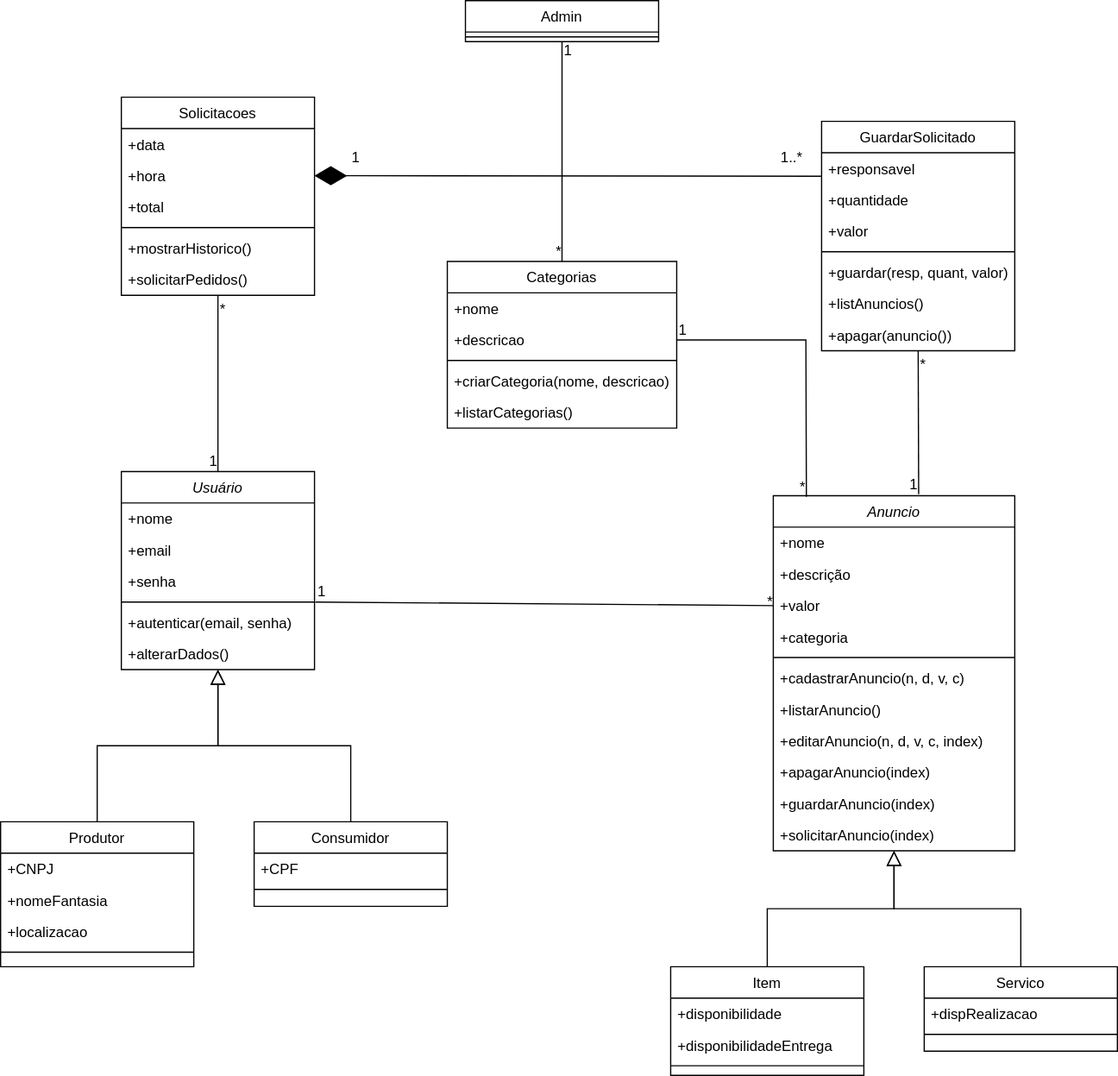
Above: Diagramas/Classes.drawio.svg in yanturck/carshopservices (draw.io), before the change. Source tidied: cells renumbered, new cells last; positions are measured from the earlier drawing's top-left corner, leaving out a move shared by most shapes.
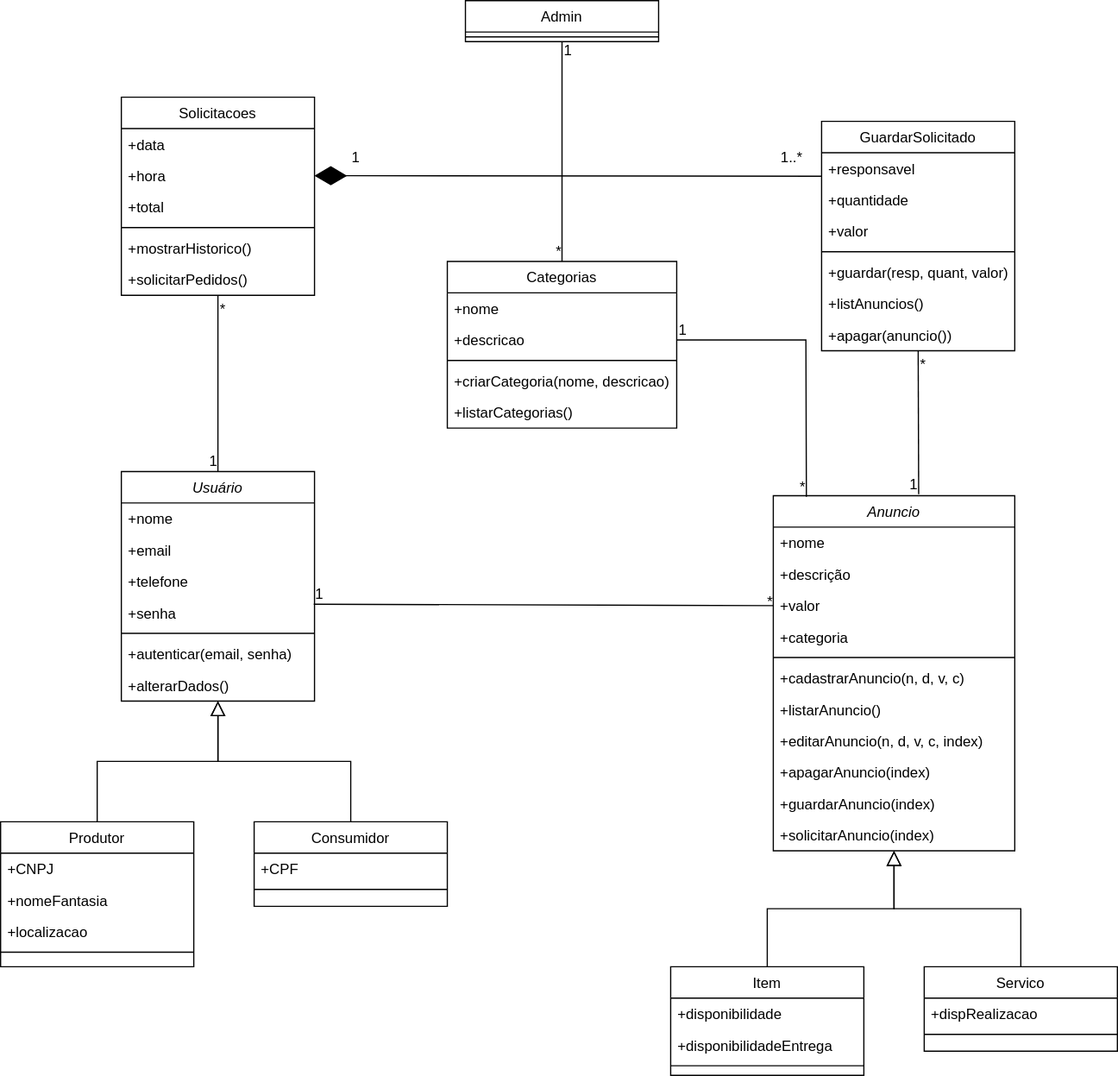
The same diagram one commit later.

Commit message:
Add do Diagrama de Casos de Uso e pequenas melhorias nos demais

The edit, as a diff of the source:
```diff
@@ -3,7 +3,7 @@
     <mxCell id="0" />
     <mxCell id="1" parent="0" />
     <mxCell id="2" value="Usuário" style="swimlane;fontStyle=2;align=center;verticalAlign=top;horizontal=1;startSize=26;rounded=0;shadow=0;strokeWidth=1;" parent="1" vertex="1">
-      <mxGeometry x="100" y="390" width="160" height="164" as="geometry" />
+      <mxGeometry x="100" y="390" width="160" height="190" as="geometry" />
     </mxCell>
     <mxCell id="3" value="+nome" style="text;align=left;verticalAlign=top;spacingLeft=4;spacingRight=4;overflow=hidden;" parent="2" vertex="1">
       <mxGeometry y="26" width="160" height="26" as="geometry" />
@@ -11,15 +11,21 @@
     <mxCell id="4" value="+email" style="text;align=left;verticalAlign=top;spacingLeft=4;spacingRight=4;overflow=hidden;" parent="2" vertex="1">
       <mxGeometry y="52" width="160" height="26" as="geometry" />
     </mxCell>
+    <mxCell id="81" value="+telefone" style="text;align=left;verticalAlign=top;spacingLeft=4;spacingRight=4;overflow=hidden;" parent="2" vertex="1">
+      <mxGeometry y="78" width="160" height="26" as="geometry" />
+    </mxCell>
     <mxCell id="5" value="+senha" style="text;align=left;verticalAlign=top;spacingLeft=4;spacingRight=4;overflow=hidden;points=[[0,0.5],[1,0.5]];portConstraint=eastwest;" parent="2" vertex="1">
-      <mxGeometry y="78" width="160" height="26" as="geometry" />
+      <mxGeometry y="104" width="160" height="26" as="geometry" />
     </mxCell>
     <mxCell id="6" style="line;html=1;strokeWidth=1;align=left;verticalAlign=middle;spacingTop=-1;spacingLeft=3;spacingRight=3;labelPosition=right;" parent="2" vertex="1">
-      <mxGeometry y="104" width="160" height="8" as="geometry" />
+      <mxGeometry y="130" width="160" height="8" as="geometry" />
     </mxCell>
     <mxCell id="7" value="+autenticar(email, senha)" style="text;align=left;verticalAlign=top;spacingLeft=4;spacingRight=4;overflow=hidden;points=[[0,0.5],[1,0.5]];portConstraint=eastwest;rounded=0;shadow=0;html=0;" parent="2" vertex="1">
-      <mxGeometry y="112" width="160" height="26" as="geometry" />
+      <mxGeometry y="138" width="160" height="26" as="geometry" />
     </mxCell>
+    <mxCell id="74" value="+alterarDados()" style="text;align=left;verticalAlign=top;spacingLeft=4;spacingRight=4;overflow=hidden;rounded=0;shadow=0;html=0;" parent="2" vertex="1">
+      <mxGeometry y="164" width="160" height="26" as="geometry" />
+    </mxCell>
     <mxCell id="8" value="Produtor" style="swimlane;fontStyle=0;align=center;verticalAlign=top;horizontal=1;startSize=26;rounded=0;shadow=0;strokeWidth=1;" parent="1" vertex="1">
       <mxGeometry y="680" width="160" height="120" as="geometry" />
     </mxCell>
@@ -193,7 +199,7 @@
     <mxCell id="62" value="1" style="html=1;align=right;verticalAlign=bottom;" parent="60" vertex="1">
       <mxGeometry x="1" relative="1" as="geometry" />
     </mxCell>
-    <mxCell id="63" style="endArrow=none;html=1;rounded=0;exitX=1.004;exitY=-0.153;exitDx=0;exitDy=0;exitPerimeter=0;entryX=0;entryY=0.5;entryDx=0;entryDy=0;" parent="1" edge="1" source="7" target="21">
+    <mxCell id="63" style="endArrow=none;html=1;rounded=0;exitX=0.996;exitY=0.224;exitDx=0;exitDy=0;entryX=0;entryY=0.5;entryDx=0;entryDy=0;exitPerimeter=0;" parent="1" edge="1" source="5" target="21">
       <mxGeometry relative="1" as="geometry" />
     </mxCell>
     <mxCell id="64" value="1" style="html=1;align=left;verticalAlign=bottom;" parent="63" vertex="1">
@@ -228,9 +234,6 @@
     <mxCell id="73" value="+listarCategorias()" style="text;align=left;verticalAlign=top;spacingLeft=4;spacingRight=4;overflow=hidden;rounded=0;shadow=0;html=0;" parent="68" vertex="1">
       <mxGeometry y="112" width="190" height="26" as="geometry" />
     </mxCell>
-    <mxCell id="74" value="+alterarDados()" style="text;align=left;verticalAlign=top;spacingLeft=4;spacingRight=4;overflow=hidden;rounded=0;shadow=0;html=0;" parent="1" vertex="1">
-      <mxGeometry x="100" y="528" width="160" height="26" as="geometry" />
-    </mxCell>
     <mxCell id="75" style="endArrow=none;html=1;rounded=0;exitX=1;exitY=0.5;exitDx=0;exitDy=0;entryX=0.137;entryY=0.003;entryDx=0;entryDy=0;entryPerimeter=0;" parent="1" edge="1" source="70" target="18">
       <mxGeometry relative="1" as="geometry">
         <Array as="points">
```
